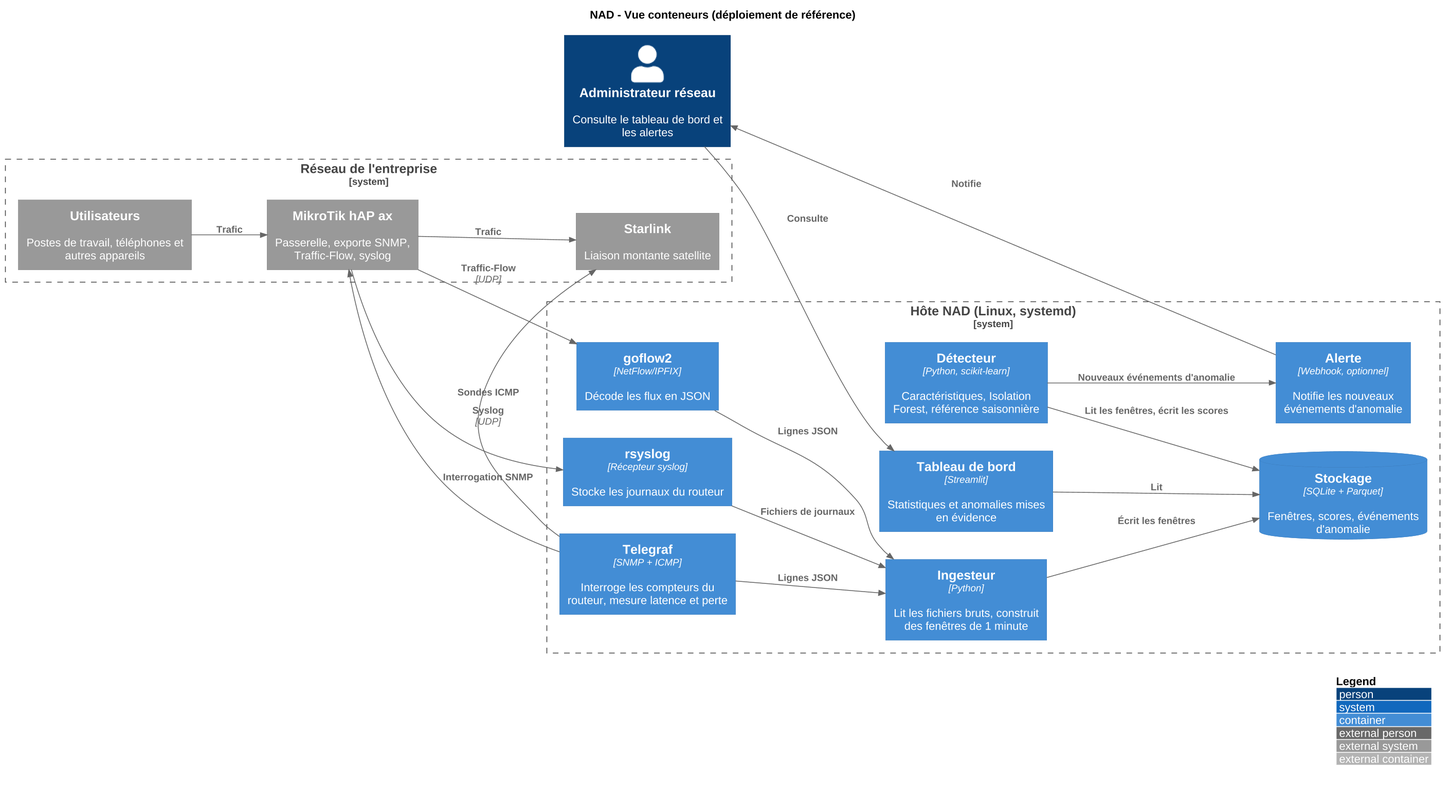
This is docs/diagrams/nad-containers-fr.png from RStephanH/NAD, a PlantUML export, as it was before one commit.
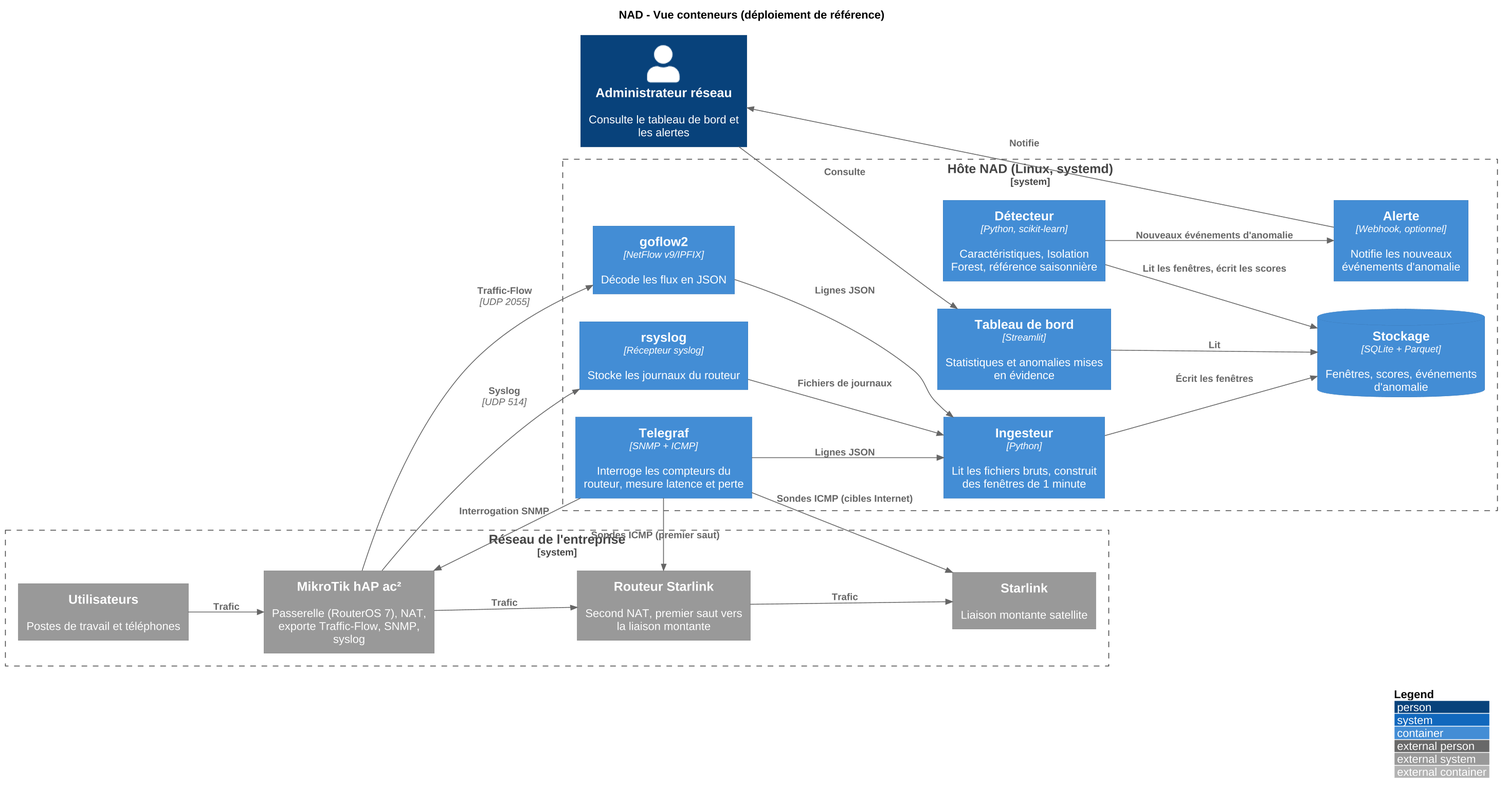
The same file after the commit.

Commit message:
docs: hAP ac2 gateway, Starlink router (double NAT), per-host features from outbound flows

The edit, as a diff of the source:
```diff
@@ -9,14 +9,15 @@
 Person(admin, "Administrateur réseau", "Consulte le tableau de bord et les alertes")
 
 System_Boundary(site, "Réseau de l'entreprise") {
-  System_Ext(users, "Utilisateurs", "Postes de travail, téléphones et autres appareils")
-  System_Ext(gateway, "MikroTik hAP ax", "Passerelle, exporte SNMP, Traffic-Flow, syslog")
+  System_Ext(users, "Utilisateurs", "Postes de travail et téléphones")
+  System_Ext(gateway, "MikroTik hAP ac²", "Passerelle (RouterOS 7), NAT, exporte Traffic-Flow, SNMP, syslog")
+  System_Ext(slrouter, "Routeur Starlink", "Second NAT, premier saut vers la liaison montante")
   System_Ext(uplink, "Starlink", "Liaison montante satellite")
 }
 
 System_Boundary(nad, "Hôte NAD (Linux, systemd)") {
   Container(telegraf, "Telegraf", "SNMP + ICMP", "Interroge les compteurs du routeur, mesure latence et perte")
-  Container(goflow, "goflow2", "NetFlow/IPFIX", "Décode les flux en JSON")
+  Container(goflow, "goflow2", "NetFlow v9/IPFIX", "Décode les flux en JSON")
   Container(rsyslog, "rsyslog", "Récepteur syslog", "Stocke les journaux du routeur")
   Container(ingest, "Ingesteur", "Python", "Lit les fichiers bruts, construit des fenêtres de 1 minute")
   ContainerDb(store, "Stockage", "SQLite + Parquet", "Fenêtres, scores, événements d'anomalie")
@@ -26,12 +27,14 @@
 }
 
 Rel(users, gateway, "Trafic")
-Rel(gateway, uplink, "Trafic")
+Rel(gateway, slrouter, "Trafic")
+Rel(slrouter, uplink, "Trafic")
 
 Rel(telegraf, gateway, "Interrogation SNMP")
-Rel(telegraf, uplink, "Sondes ICMP")
-Rel(gateway, goflow, "Traffic-Flow", "UDP")
-Rel(gateway, rsyslog, "Syslog", "UDP")
+Rel(telegraf, slrouter, "Sondes ICMP (premier saut)")
+Rel(telegraf, uplink, "Sondes ICMP (cibles Internet)")
+Rel(gateway, goflow, "Traffic-Flow", "UDP 2055")
+Rel(gateway, rsyslog, "Syslog", "UDP 514")
 
 Rel(telegraf, ingest, "Lignes JSON")
 Rel(goflow, ingest, "Lignes JSON")
```
